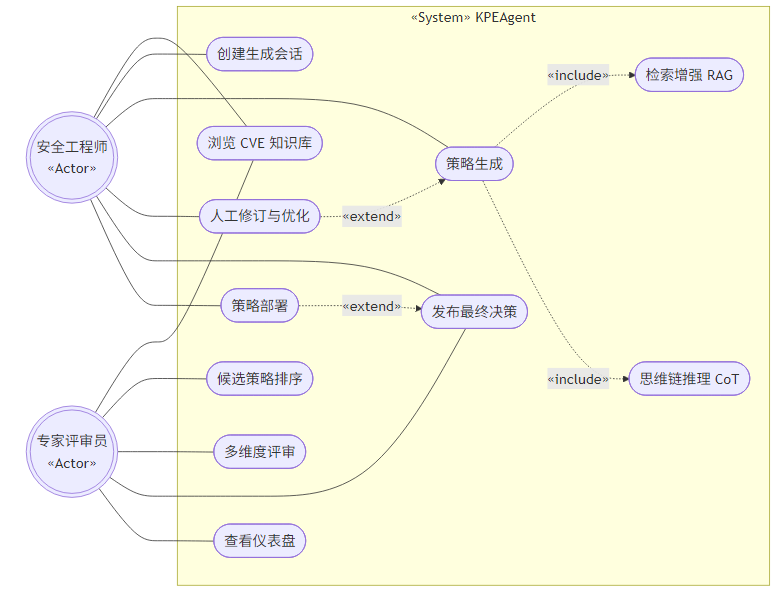
The Mermaid diagram images/chap4/role_use_case.png in Ivanbeethoven/ustb_graduator_paper, before a commit. Its source is kept beside it as images/chap4/role_use_case.mmd.
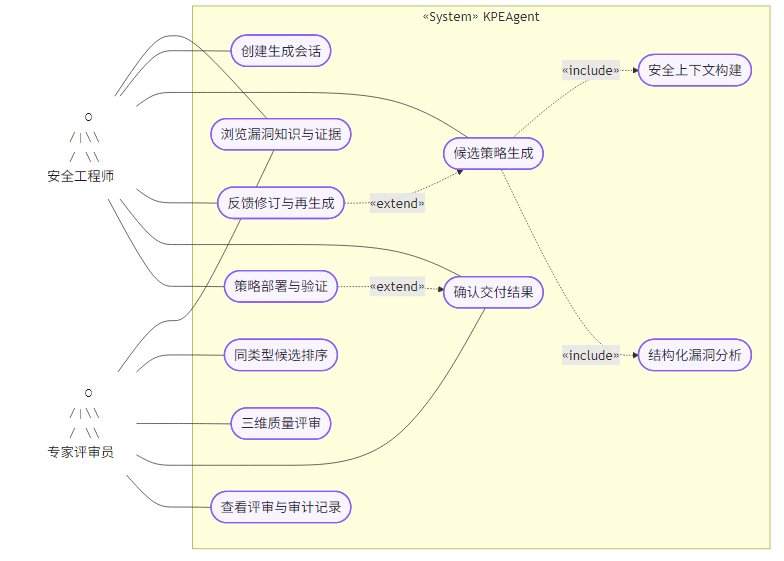
The same diagram one commit later.

Diff of the diagram source:
```diff
@@ -1,29 +1,41 @@
+%%{init: {
+  'theme': 'base',
+  'themeVariables': {
+    'fontSize': '20px',
+    'fontFamily': '"Microsoft YaHei","PingFang SC","Noto Sans SC",sans-serif',
+    'lineColor': '#5b6472',
+    'primaryBorderColor': '#8b5cf6',
+    'primaryTextColor': '#1f2937'
+  }
+}}%%
 flowchart LR
+
+    classDef actor fill:none,stroke:none,color:#111827,font-family:monospace
+    classDef usecase fill:#f8f5ff,stroke:#8b5cf6,stroke-width:1.8px,color:#1f2937
 
     subgraph Actors[" "]
         direction TB
-        User((("安全工程师\n«Actor»")))
-        Reviewer((("专家评审员\n«Actor»")))
+        User["&nbsp;&nbsp;O<br/>&nbsp;/|\\<br/>&nbsp;/ \\<br/>安全工程师"]:::actor
+        Reviewer["&nbsp;&nbsp;O<br/>&nbsp;/|\\<br/>&nbsp;/ \\<br/>专家评审员"]:::actor
     end
     style Actors fill:none,stroke:none
 
-    subgraph System ["«System» KPEAgent"]
+    subgraph System["«System» KPEAgent"]
         direction TB
-        UC1(["浏览 CVE 知识库"])
-        UC2(["创建生成会话"])
-        UC3(["策略生成"])
-        UC3a(["检索增强 RAG"])
-        UC3b(["思维链推理 CoT"])
-        UC4(["人工修订与优化"])
-        UC5(["候选策略排序"])
-        UC6(["多维度评审"])
-        UC7(["发布最终决策"])
-        UC8(["策略部署"])
-        UC9(["查看仪表盘"])
+        UC1(["浏览漏洞知识与证据"]):::usecase
+        UC2(["创建生成会话"]):::usecase
+        UC3(["候选策略生成"]):::usecase
+        UC3a(["安全上下文构建"]):::usecase
+        UC3b(["结构化漏洞分析"]):::usecase
+        UC4(["反馈修订与再生成"]):::usecase
+        UC5(["同类型候选排序"]):::usecase
+        UC6(["三维质量评审"]):::usecase
+        UC7(["确认交付结果"]):::usecase
+        UC8(["策略部署与验证"]):::usecase
+        UC9(["查看评审与审计记录"]):::usecase
 
         UC3 -.->|"«include»"| UC3a
         UC3 -.->|"«include»"| UC3b
-
         UC4 -.->|"«extend»"| UC3
         UC8 -.->|"«extend»"| UC7
     end
```
